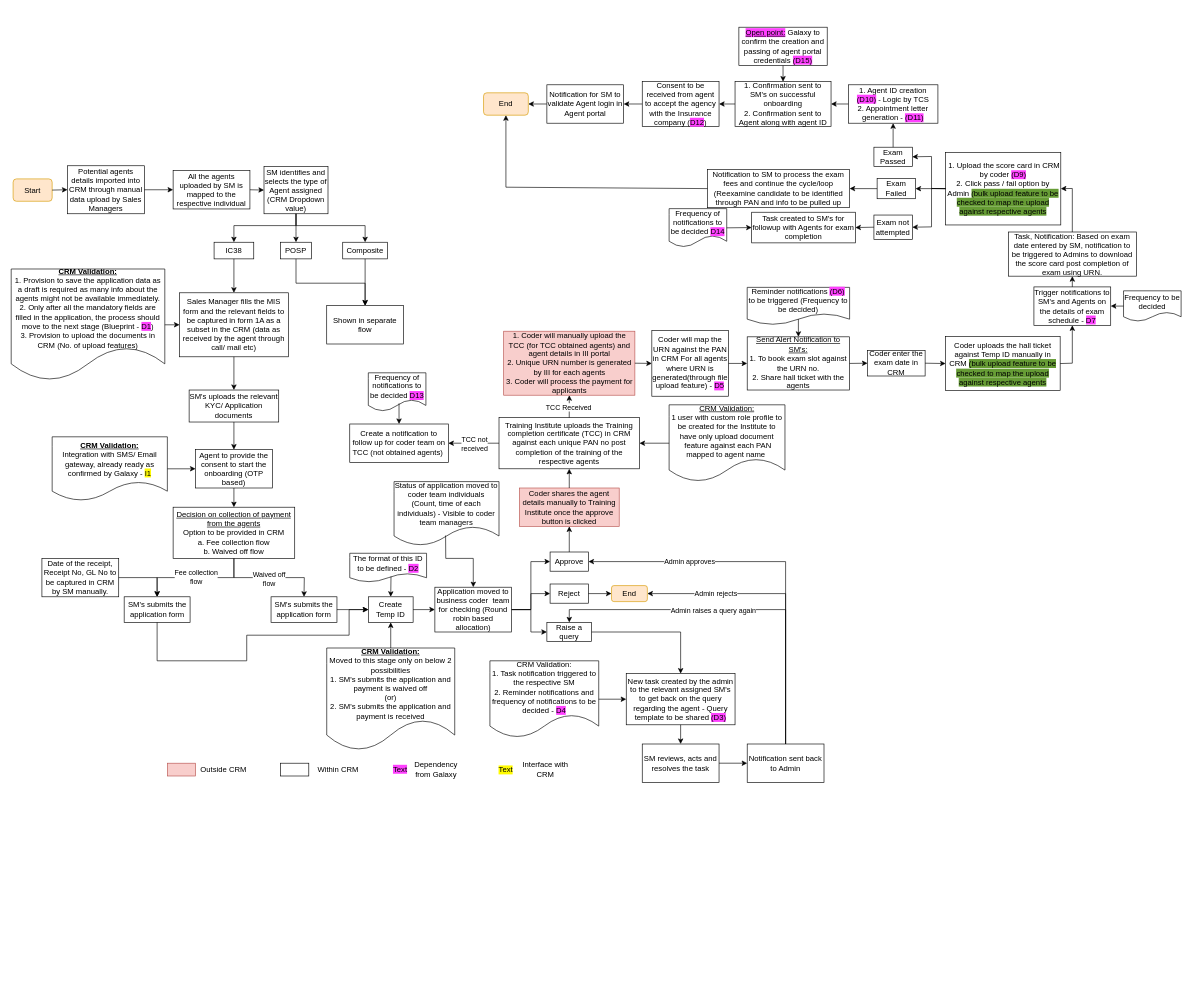
Above: Agent Onboarding IC38 MVP 1.drawio in shaileshsreedar/Galaxy (draw.io), before the change. Source tidied: cells renumbered, new cells numbered last; positions are measured from the earlier drawing's top-left corner, leaving out a move shared by most shapes. Both pictures are drawn from the tidied source at 64%, with x=0, y=0 at pixel (11, 27).
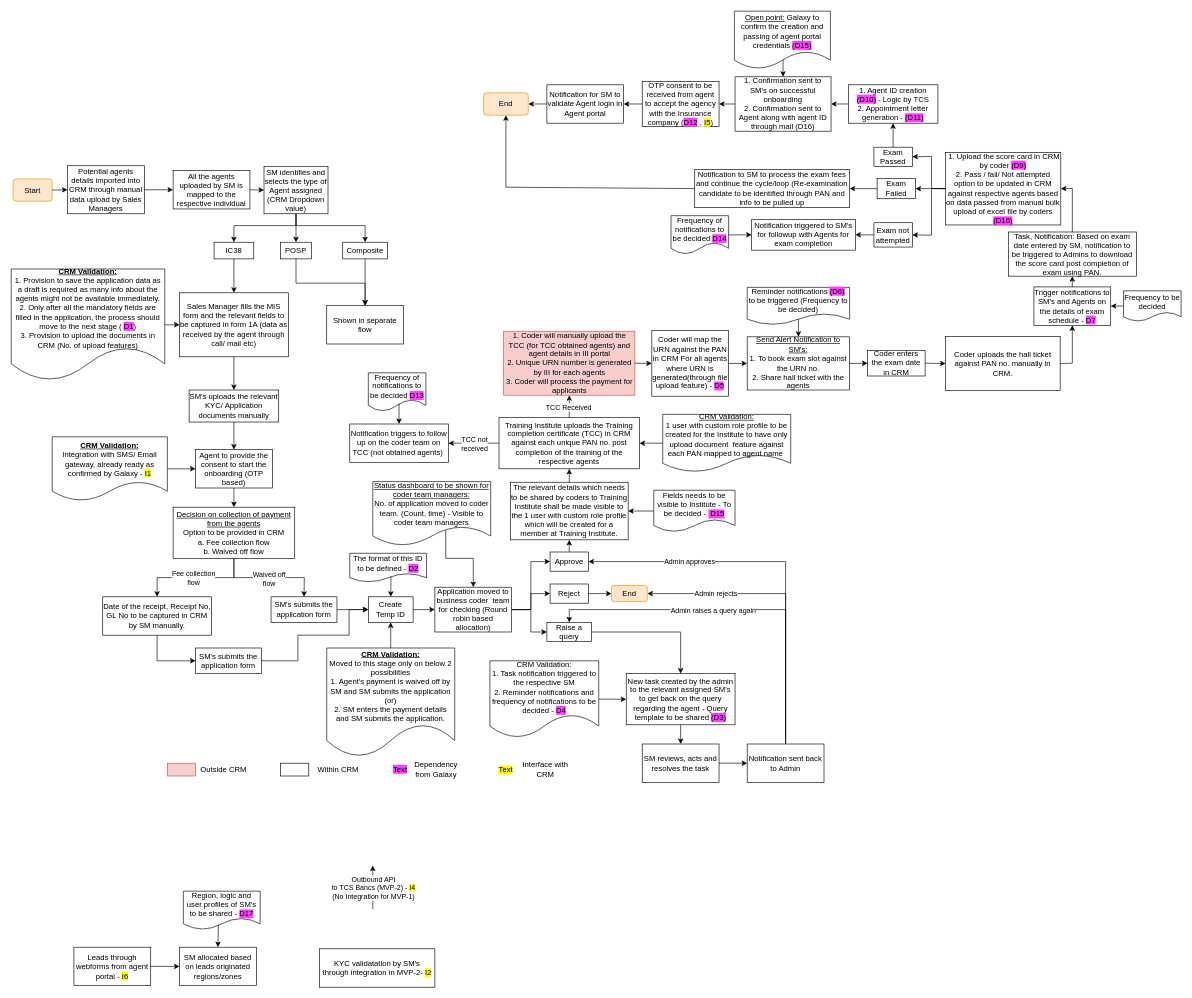
The same page after the edit.

The change refers to these unchanged cells:
```xml
<mxCell id="26" value="&lt;u&gt;Decision on collection of payment from the agents&lt;/u&gt;&lt;div&gt;Option to be provided in CRM&lt;/div&gt;&lt;div&gt;a. Fee collection flow&lt;/div&gt;&lt;div&gt;b. Waived off flow&lt;/div&gt;" style="rounded=0;whiteSpace=wrap;html=1;" parent="1" vertex="1">
  <mxGeometry x="253" y="750" width="190" height="80" as="geometry" />
</mxCell>
<mxCell id="35" value="Application moved to business coder &amp;nbsp;team for checking (Round robin based allocation)" style="rounded=0;whiteSpace=wrap;html=1;" parent="1" vertex="1">
  <mxGeometry x="662" y="875" width="120" height="70" as="geometry" />
</mxCell>
<mxCell id="47" value="Create Temp ID" style="rounded=0;whiteSpace=wrap;html=1;" parent="1" vertex="1">
  <mxGeometry x="558" y="890" width="70" height="40" as="geometry" />
</mxCell>
```

Change to the diagram source:
```diff
@@
-    <mxCell id="3" value="Sales Manager fills the MIS form and the relevant fields to be captured in form 1A as a subset in the CRM (data as received by the agent through call/ mail etc)" style="rounded=0;whiteSpace=wrap;html=1;" parent="1" vertex="1">
+    <mxCell id="3" value="Sales Manager fills the MIS form and the relevant fields to be captured in form 1A (data as received by the agent through call/ mail etc)" style="rounded=0;whiteSpace=wrap;html=1;" parent="1" vertex="1">
       <mxGeometry x="263" y="415" width="170" height="100" as="geometry" />
     </mxCell>
@@
-    <mxCell id="18" value="&lt;b&gt;&lt;u&gt;CRM Validation:&lt;/u&gt;&lt;/b&gt;&lt;div&gt;1. Provision to save the application data as a draft is required as many info about the agents might not be available immediately.&lt;/div&gt;&lt;div&gt;2. Only after all the mandatory fields are filled in the application, the process should move to the next stage (Blueprint - &lt;span style=&quot;background-color: rgb(255, 64, 255);&quot;&gt;D1&lt;/span&gt;)&lt;/div&gt;&lt;div&gt;3. Provision to upload the documents in CRM (No. of upload features)&lt;/div&gt;" style="shape=document;whiteSpace=wrap;html=1;boundedLbl=1;" parent="1" vertex="1">
+    <mxCell id="18" value="&lt;b&gt;&lt;u&gt;CRM Validation:&lt;/u&gt;&lt;/b&gt;&lt;div&gt;1. Provision to save the application data as a draft is required as many info about the agents might not be available immediately.&lt;/div&gt;&lt;div&gt;2. Only after all the mandatory fields are filled in the application, the process should move to the next stage (&amp;nbsp;&lt;span style=&quot;background-color: rgb(255, 64, 255);&quot;&gt;D1&lt;/span&gt;)&lt;/div&gt;&lt;div&gt;3. Provision to upload the documents in CRM (No. of upload features)&lt;/div&gt;" style="shape=document;whiteSpace=wrap;html=1;boundedLbl=1;" parent="1" vertex="1">
       <mxGeometry y="377.8" width="240" height="174.4" as="geometry" />
     </mxCell>
@@
-    <mxCell id="20" value="SM's uploads the relevant KYC/ Application documents" style="rounded=0;whiteSpace=wrap;html=1;" parent="1" vertex="1">
+    <mxCell id="20" value="SM's uploads the relevant KYC/ Application documents manually" style="rounded=0;whiteSpace=wrap;html=1;" parent="1" vertex="1">
       <mxGeometry x="278" y="566.9" width="140" height="50" as="geometry" />
     </mxCell>
@@
-    <mxCell id="28" style="endArrow=classic;html=1;rounded=0;entryX=0.5;entryY=0;entryDx=0;entryDy=0;exitX=0.5;exitY=1;exitDx=0;exitDy=0;" parent="1" edge="1" source="26" target="33">
+    <mxCell id="28" style="endArrow=classic;html=1;rounded=0;entryX=0.5;entryY=0;entryDx=0;entryDy=0;exitX=0.5;exitY=1;exitDx=0;exitDy=0;" parent="1" edge="1" source="26" target="107">
       <mxGeometry relative="1" as="geometry">
         <Array as="points">
           <mxPoint x="348" y="860" />
           <mxPoint x="228" y="860" />
         </Array>
       </mxGeometry>
     </mxCell>
     <mxCell id="29" value="Fee collection&lt;div&gt;flow&lt;/div&gt;" style="edgeLabel;html=1;align=center;verticalAlign=middle;" parent="28" vertex="1">
       <mxGeometry x="0.24" y="-1" relative="1" as="geometry">
-        <mxPoint x="22" as="offset" />
+        <mxPoint x="18" y="1" as="offset" />
       </mxGeometry>
     </mxCell>
@@
     <mxCell id="33" value="SM's submits the application form" style="rounded=0;whiteSpace=wrap;html=1;" parent="1" vertex="1">
-      <mxGeometry x="176.5" y="890" width="103" height="40" as="geometry" />
+      <mxGeometry x="288" y="970" width="103" height="40" as="geometry" />
     </mxCell>
-    <mxCell id="34" style="endArrow=classic;html=1;rounded=0;exitX=0.5;exitY=1;exitDx=0;exitDy=0;entryX=0;entryY=0.5;entryDx=0;entryDy=0;" parent="1" edge="1" source="33" target="47">
-      <mxGeometry relative="1" as="geometry">
-        <Array as="points">
-          <mxPoint x="228" y="990" />
-          <mxPoint x="368" y="990" />
-          <mxPoint x="368" y="950" />
-          <mxPoint x="528" y="950" />
-          <mxPoint x="528" y="910" />
-        </Array>
-      </mxGeometry>
-    </mxCell>
@@
-    <mxCell id="36" value="&lt;u&gt;&lt;b&gt;CRM Validation:&lt;/b&gt;&lt;/u&gt;&lt;div&gt;Moved to this stage only on below 2 possibilities&lt;/div&gt;&lt;div&gt;1. SM's submits the application and payment is waived off&lt;/div&gt;&lt;div&gt;(or)&lt;/div&gt;&lt;div&gt;2. SM's submits the application and payment is received&lt;/div&gt;" style="shape=document;whiteSpace=wrap;html=1;boundedLbl=1;" parent="1" vertex="1">
-      <mxGeometry x="493" y="970" width="200" height="160" as="geometry" />
+    <mxCell id="36" value="&lt;u&gt;&lt;b&gt;CRM Validation:&lt;/b&gt;&lt;/u&gt;&lt;div&gt;Moved to this stage only on below 2 possibilities&lt;/div&gt;&lt;div&gt;1. Agent's payment is waived off by SM and SM submits the application&lt;/div&gt;&lt;div&gt;(or)&lt;/div&gt;&lt;div&gt;2. SM enters the payment details and SM submits the application.&lt;/div&gt;" style="shape=document;whiteSpace=wrap;html=1;boundedLbl=1;" parent="1" vertex="1">
+      <mxGeometry x="493" y="970" width="200" height="170" as="geometry" />
     </mxCell>
@@
-    <mxCell id="63" value="Coder shares the agent details manually to Training Institute once the approve button is clicked" style="rounded=0;whiteSpace=wrap;html=1;fillColor=#f8cecc;strokeColor=#b85450;" parent="1" vertex="1">
-      <mxGeometry x="794" y="720" width="156" height="60" as="geometry" />
+    <mxCell id="63" value="The relevant details which needs to be shared by coders to Training Institute shall be made visible to the 1 user with custom role profile which will be created for a member at Training Institute." style="rounded=0;whiteSpace=wrap;html=1;" parent="1" vertex="1">
+      <mxGeometry x="780" y="711" width="184" height="90" as="geometry" />
     </mxCell>
@@
-    <mxCell id="65" value="Training Institute uploads the Training completion certificate (TCC) in CRM against each unique PAN no post completion of the training of the respective agents" style="rounded=0;whiteSpace=wrap;html=1;" parent="1" vertex="1">
+    <mxCell id="65" value="Training Institute uploads the Training completion certificate (TCC) in CRM against each unique PAN no. post completion of the training of the respective agents" style="rounded=0;whiteSpace=wrap;html=1;" parent="1" vertex="1">
       <mxGeometry x="762.2" y="610" width="219.5" height="80" as="geometry" />
     </mxCell>
@@
     <mxCell id="67" value="&lt;u&gt;CRM Validation:&lt;/u&gt;&lt;div&gt;1 user with custom role profile to be created for the Institute to have only upload document &amp;nbsp;feature against each PAN mapped to agent name&amp;nbsp;&lt;/div&gt;" style="shape=document;whiteSpace=wrap;html=1;boundedLbl=1;" parent="1" vertex="1">
-      <mxGeometry x="1028" y="590" width="181" height="120" as="geometry" />
+      <mxGeometry x="1018" y="605" width="200" height="90" as="geometry" />
     </mxCell>
@@
-    <mxCell id="79" value="Coder uploads the hall ticket against Temp ID manually in CRM &lt;span style=&quot;background-color: rgb(102, 156, 53);&quot;&gt;(bulk upload feature to be checked to map the upload against respective agents&lt;/span&gt;" style="rounded=0;whiteSpace=wrap;html=1;" parent="1" vertex="1">
+    <mxCell id="79" value="Coder uploads the hall ticket against PAN no. manually in CRM." style="rounded=0;whiteSpace=wrap;html=1;" parent="1" vertex="1">
       <mxGeometry x="1460" y="483.2" width="179" height="84.7" as="geometry" />
     </mxCell>
@@
-    <mxCell id="84" value="Task, Notification: Based on exam date entered by SM, notification to be triggered to Admins to download the score card post completion of exam using URN." style="rounded=0;whiteSpace=wrap;html=1;" parent="1" vertex="1">
+    <mxCell id="84" value="Task, Notification: Based on exam date entered by SM, notification to be triggered to Admins to download the score card post completion of exam using PAN." style="rounded=0;whiteSpace=wrap;html=1;" parent="1" vertex="1">
       <mxGeometry x="1558" y="320" width="200" height="69" as="geometry" />
     </mxCell>
@@
-    <mxCell id="86" value="&amp;nbsp;1. Upload the score card in CRM by coder&amp;nbsp;&lt;span style=&quot;background-color: rgb(255, 64, 255);&quot;&gt;(D9)&lt;/span&gt;&lt;div&gt;2. Click pass / fail option by Admin&amp;nbsp;&lt;span style=&quot;background-color: rgb(102, 156, 53);&quot;&gt;(bulk upload feature to be checked to map the upload against respective agents&lt;/span&gt;&lt;/div&gt;" style="rounded=0;whiteSpace=wrap;html=1;" parent="1" vertex="1">
+    <mxCell id="86" value="&amp;nbsp;1. Upload the score card in CRM by coder&amp;nbsp;&lt;span style=&quot;background-color: rgb(255, 64, 255);&quot;&gt;(D9)&lt;/span&gt;&lt;div&gt;2. Pass / fail/ Not attempted option to be updated in CRM against respective agents based on data passed from manual bulk upload of excel file by coders &lt;span style=&quot;background-color: rgb(255, 64, 255);&quot;&gt;(D16)&lt;/span&gt;&lt;/div&gt;" style="rounded=0;whiteSpace=wrap;html=1;" parent="1" vertex="1">
       <mxGeometry x="1460" y="195.5" width="180" height="113.5" as="geometry" />
     </mxCell>
@@
-    <mxCell id="93" value="1. Confirmation sent to SM's on successful onboarding&lt;div&gt;2. Confirmation sent to Agent along with agent ID&lt;/div&gt;" style="rounded=0;whiteSpace=wrap;html=1;" parent="1" vertex="1">
-      <mxGeometry x="1131" y="85" width="150" height="70" as="geometry" />
+    <mxCell id="93" value="1. Confirmation sent to SM's on successful onboarding&lt;div&gt;2. Confirmation sent to Agent along with agent ID through mail (D16)&lt;/div&gt;" style="rounded=0;whiteSpace=wrap;html=1;" parent="1" vertex="1">
+      <mxGeometry x="1131" y="77.5" width="150" height="85" as="geometry" />
     </mxCell>
@@
-    <mxCell id="96" value="Notification to SM to process the exam fees and continue the cycle/loop (Reexamine candidate to be identified through PAN and info to be pulled up" style="rounded=0;whiteSpace=wrap;html=1;" parent="1" vertex="1">
-      <mxGeometry x="1088" y="222.4" width="222" height="59.6" as="geometry" />
+    <mxCell id="96" value="Notification to SM to process the exam fees and continue the cycle/loop (Re-examination candidate to be identified through PAN and info to be pulled up" style="rounded=0;whiteSpace=wrap;html=1;" parent="1" vertex="1">
+      <mxGeometry x="1068" y="222.4" width="242" height="59.6" as="geometry" />
     </mxCell>
@@
-    <mxCell id="102" value="Coder enter the exam date in CRM" style="rounded=0;whiteSpace=wrap;html=1;" parent="1" vertex="1">
+    <mxCell id="102" value="Coder enters the exam date in CRM" style="rounded=0;whiteSpace=wrap;html=1;" parent="1" vertex="1">
       <mxGeometry x="1338" y="505" width="90" height="40" as="geometry" />
     </mxCell>
@@
-    <mxCell id="105" value="Consent to be received from agent to accept the agency with the Insurance company (&lt;span style=&quot;background-color: rgb(255, 64, 255);&quot;&gt;D12&lt;/span&gt;)" style="rounded=0;whiteSpace=wrap;html=1;" parent="1" vertex="1">
+    <mxCell id="105" value="OTP consent to be received from agent to accept the agency with the Insurance company (&lt;span style=&quot;background-color: rgb(255, 64, 255);&quot;&gt;D12&lt;/span&gt;&lt;span style=&quot;background-color: rgb(255, 255, 255);&quot;&gt; , &lt;/span&gt;&lt;span style=&quot;background-color: rgb(255, 251, 0);&quot;&gt;I5&lt;/span&gt;)" style="rounded=0;whiteSpace=wrap;html=1;" parent="1" vertex="1">
       <mxGeometry x="986" y="85" width="120" height="70" as="geometry" />
     </mxCell>
@@
     <mxCell id="107" value="Date of the receipt, Receipt No, GL No to be captured in CRM by SM manually." style="rounded=0;whiteSpace=wrap;html=1;" parent="1" vertex="1">
-      <mxGeometry x="48" y="830" width="120" height="60" as="geometry" />
+      <mxGeometry x="143" y="890" width="170" height="60" as="geometry" />
     </mxCell>
-    <mxCell id="108" value="Create a notification to follow up for coder team on TCC (not obtained agents)&amp;nbsp;" style="rounded=0;whiteSpace=wrap;html=1;" parent="1" vertex="1">
+    <mxCell id="108" value="Notification triggers to follow up on the coder team on TCC (not obtained agents)&amp;nbsp;" style="rounded=0;whiteSpace=wrap;html=1;" parent="1" vertex="1">
       <mxGeometry x="529" y="620" width="154" height="60" as="geometry" />
     </mxCell>
@@
     <mxCell id="113" value="Exam not attempted" style="rounded=0;whiteSpace=wrap;html=1;" parent="1" vertex="1">
-      <mxGeometry x="1348" y="293.5" width="60" height="38" as="geometry" />
+      <mxGeometry x="1348" y="305.5" width="60" height="38" as="geometry" />
     </mxCell>
@@
-    <mxCell id="115" value="Task created to SM's for followup with Agents for exam completion" style="rounded=0;whiteSpace=wrap;html=1;" parent="1" vertex="1">
-      <mxGeometry x="1157" y="289.1" width="162" height="47.9" as="geometry" />
+    <mxCell id="115" value="Notification triggered to SM's for followup with Agents for exam completion" style="rounded=0;whiteSpace=wrap;html=1;" parent="1" vertex="1">
+      <mxGeometry x="1157" y="300.5" width="162" height="47.9" as="geometry" />
     </mxCell>
     <mxCell id="116" value="Frequency of notifications to be decided &lt;span style=&quot;background-color: rgb(255, 64, 255);&quot;&gt;D14&lt;/span&gt;" style="shape=document;whiteSpace=wrap;html=1;boundedLbl=1;" parent="1" vertex="1">
-      <mxGeometry x="1028" y="283.5" width="90" height="60" as="geometry" />
+      <mxGeometry x="1031" y="294.5" width="90" height="60" as="geometry" />
     </mxCell>
@@
-    <mxCell id="118" style="endArrow=classic;html=1;rounded=0;entryX=0.5;entryY=0;entryDx=0;entryDy=0;exitX=1;exitY=0.5;exitDx=0;exitDy=0;" parent="1" edge="1" source="107" target="33">
-      <mxGeometry relative="1" as="geometry">
-        <Array as="points">
-          <mxPoint x="228" y="860" />
-        </Array>
-      </mxGeometry>
-    </mxCell>
@@
-    <mxCell id="128" value="Status of application moved to coder team individuals (Count, time of each individuals) - Visible to coder team managers" style="shape=document;whiteSpace=wrap;html=1;boundedLbl=1;" parent="1" vertex="1">
-      <mxGeometry x="598.2" y="710" width="164" height="100" as="geometry" />
+    <mxCell id="128" value="&lt;u&gt;Status dashboard to be shown for coder team managers:&lt;/u&gt;&lt;div&gt;No. of application moved to coder team. (Count, time) - Visible to coder team managers&lt;/div&gt;" style="shape=document;whiteSpace=wrap;html=1;boundedLbl=1;" parent="1" vertex="1">
+      <mxGeometry x="565" y="710" width="184.2" height="100" as="geometry" />
     </mxCell>
-    <mxCell id="129" style="endArrow=classic;html=1;rounded=0;entryX=0.5;entryY=0;entryDx=0;entryDy=0;exitX=0.491;exitY=0.842;exitDx=0;exitDy=0;exitPerimeter=0;" parent="1" edge="1" source="128" target="35">
+    <mxCell id="129" style="endArrow=classic;html=1;rounded=0;entryX=0.5;entryY=0;entryDx=0;entryDy=0;exitX=0.619;exitY=0.76;exitDx=0;exitDy=0;exitPerimeter=0;" parent="1" edge="1" source="128" target="35">
       <mxGeometry relative="1" as="geometry">
         <Array as="points">
           <mxPoint x="679" y="830" />
           <mxPoint x="722" y="830" />
         </Array>
       </mxGeometry>
     </mxCell>
@@
-    <mxCell id="132" value="&lt;u style=&quot;background-color: rgb(255, 64, 255);&quot;&gt;Open point:&lt;/u&gt; Galaxy to confirm the creation and passing of agent portal credentials &lt;span style=&quot;background-color: rgb(255, 64, 255);&quot;&gt;(D15)&lt;/span&gt;" style="rounded=0;whiteSpace=wrap;html=1;" parent="1" vertex="1">
-      <mxGeometry x="1137" width="138" height="60" as="geometry" />
-    </mxCell>
-    <mxCell id="133" style="endArrow=classic;html=1;rounded=0;exitX=0.5;exitY=1;exitDx=0;exitDy=0;entryX=0.5;entryY=0;entryDx=0;entryDy=0;" parent="1" edge="1" source="132" target="93">
+    <mxCell id="133" style="endArrow=classic;html=1;rounded=0;exitX=0.507;exitY=0.822;exitDx=0;exitDy=0;entryX=0.5;entryY=0;entryDx=0;entryDy=0;exitPerimeter=0;" parent="1" edge="1" source="132" target="93">
       <mxGeometry relative="1" as="geometry" />
     </mxCell>
@@
     <mxCell id="135" style="endArrow=classic;html=1;rounded=0;exitX=0;exitY=0.5;exitDx=0;exitDy=0;entryX=1;entryY=0.5;entryDx=0;entryDy=0;" parent="1" edge="1" source="86" target="113">
       <mxGeometry relative="1" as="geometry">
         <Array as="points">
           <mxPoint x="1438" y="252" />
-          <mxPoint x="1438" y="312" />
+          <mxPoint x="1438" y="325" />
         </Array>
       </mxGeometry>
     </mxCell>
+    <mxCell id="118" style="endArrow=classic;html=1;rounded=0;exitX=0.5;exitY=1;exitDx=0;exitDy=0;entryX=0;entryY=0.5;entryDx=0;entryDy=0;" parent="1" edge="1" source="107" target="33">
+      <mxGeometry relative="1" as="geometry">
+        <Array as="points">
+          <mxPoint x="228" y="990" />
+        </Array>
+      </mxGeometry>
+    </mxCell>
+    <mxCell id="34" style="endArrow=classic;html=1;rounded=0;exitX=1;exitY=0.5;exitDx=0;exitDy=0;entryX=0;entryY=0.5;entryDx=0;entryDy=0;" parent="1" edge="1" source="33" target="47">
+      <mxGeometry relative="1" as="geometry">
+        <Array as="points">
+          <mxPoint x="448" y="990" />
+          <mxPoint x="448" y="950" />
+          <mxPoint x="528" y="950" />
+          <mxPoint x="528" y="910" />
+        </Array>
+      </mxGeometry>
+    </mxCell>
+    <mxCell id="136" value="Fields needs to be visible to Institute - To be decided - &lt;span style=&quot;background-color: rgb(255, 64, 255);&quot;&gt;&amp;nbsp;D15&lt;/span&gt;" style="shape=document;whiteSpace=wrap;html=1;boundedLbl=1;" parent="1" vertex="1">
+      <mxGeometry x="1004" y="723.5" width="127" height="65" as="geometry" />
+    </mxCell>
+    <mxCell id="137" style="endArrow=classic;html=1;rounded=0;exitX=0;exitY=0.5;exitDx=0;exitDy=0;entryX=1;entryY=0.5;entryDx=0;entryDy=0;" parent="1" edge="1" source="136" target="63">
+      <mxGeometry relative="1" as="geometry" />
+    </mxCell>
+    <mxCell id="132" value="&lt;u style=&quot;background-color: rgb(255, 255, 255);&quot;&gt;Open point:&lt;/u&gt;&amp;nbsp;Galaxy to confirm the creation and passing of agent portal credentials&amp;nbsp;&lt;span style=&quot;background-color: rgb(255, 64, 255);&quot;&gt;(D15)&lt;/span&gt;" style="shape=document;whiteSpace=wrap;html=1;boundedLbl=1;" parent="1" vertex="1">
+      <mxGeometry x="1130" y="-25" width="150" height="90" as="geometry" />
+    </mxCell>
+    <mxCell id="138" value="Leads through webforms from agent portal -&amp;nbsp;&lt;span style=&quot;background-color: rgb(255, 251, 0);&quot;&gt;I6&lt;/span&gt;" style="rounded=0;whiteSpace=wrap;html=1;" parent="1" vertex="1">
+      <mxGeometry x="98" y="1437.5" width="120" height="60" as="geometry" />
+    </mxCell>
+    <mxCell id="139" value="SM allocated based on leads originated regions/zones" style="rounded=0;whiteSpace=wrap;html=1;" parent="1" vertex="1">
+      <mxGeometry x="263" y="1437.5" width="120" height="60" as="geometry" />
+    </mxCell>
+    <mxCell id="140" style="endArrow=classic;html=1;rounded=0;exitX=1;exitY=0.5;exitDx=0;exitDy=0;entryX=0;entryY=0.5;entryDx=0;entryDy=0;" parent="1" edge="1" source="138" target="139">
+      <mxGeometry relative="1" as="geometry" />
+    </mxCell>
+    <mxCell id="141" value="Region, logic and user profiles of SM's to be shared - &lt;span style=&quot;background-color: rgb(255, 64, 255);&quot;&gt;D17&lt;/span&gt;" style="shape=document;whiteSpace=wrap;html=1;boundedLbl=1;" parent="1" vertex="1">
+      <mxGeometry x="269" y="1350" width="120" height="60" as="geometry" />
+    </mxCell>
+    <mxCell id="142" style="endArrow=classic;html=1;rounded=0;entryX=0.5;entryY=0;entryDx=0;entryDy=0;exitX=0.456;exitY=0.879;exitDx=0;exitDy=0;exitPerimeter=0;" parent="1" edge="1" source="141" target="139">
+      <mxGeometry relative="1" as="geometry" />
+    </mxCell>
+    <mxCell id="143" value="KYC validatation by SM's through integration in MVP-2-&amp;nbsp;&lt;span style=&quot;background-color: rgb(255, 251, 0);&quot;&gt;I2&lt;/span&gt;" style="rounded=0;whiteSpace=wrap;html=1;" parent="1" vertex="1">
+      <mxGeometry x="482" y="1440" width="180" height="60" as="geometry" />
+    </mxCell>
+    <mxCell id="144" style="endArrow=classic;html=1;rounded=0;exitX=0.5;exitY=0;exitDx=0;exitDy=0;entryX=0.5;entryY=1;entryDx=0;entryDy=0;" parent="1" edge="1">
+      <mxGeometry relative="1" as="geometry">
+        <mxPoint x="565" y="1378" as="sourcePoint" />
+        <mxPoint x="565" y="1310" as="targetPoint" />
+      </mxGeometry>
+    </mxCell>
+    <mxCell id="145" value="Outbound API&lt;div&gt;to TCS Bancs (MVP-2) - &lt;span style=&quot;background-color: rgb(255, 251, 0);&quot;&gt;I4&lt;/span&gt;&lt;/div&gt;&lt;div&gt;&lt;span style=&quot;background-color: rgb(255, 255, 255);&quot;&gt;(No Integration for MVP-1)&lt;/span&gt;&lt;/div&gt;" style="edgeLabel;html=1;align=center;verticalAlign=middle;" parent="144" vertex="1">
+      <mxGeometry x="0.01" relative="1" as="geometry" />
+    </mxCell>
```
